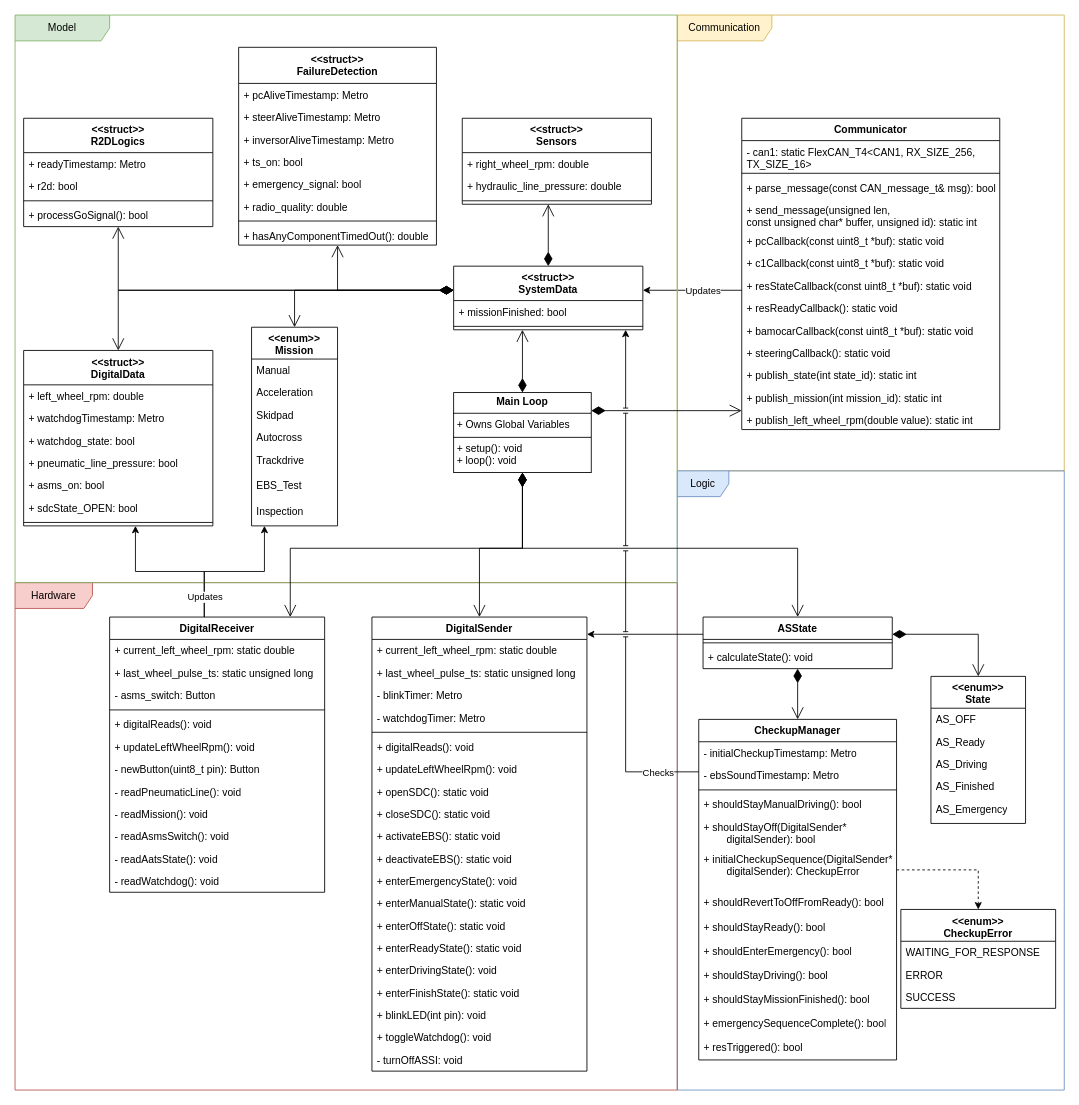
The draw.io diagram docs/diagrams/Master/master-class-diagram.drawio in fs-feup/el-sw, before the edit. Source tidied: cells renumbered, new cells numbered last; positions are measured from the earlier drawing's top-left corner, leaving out a move shared by most shapes. Both pictures are drawn from the tidied source at 86%, with x=0, y=0 at pixel (15, 15).
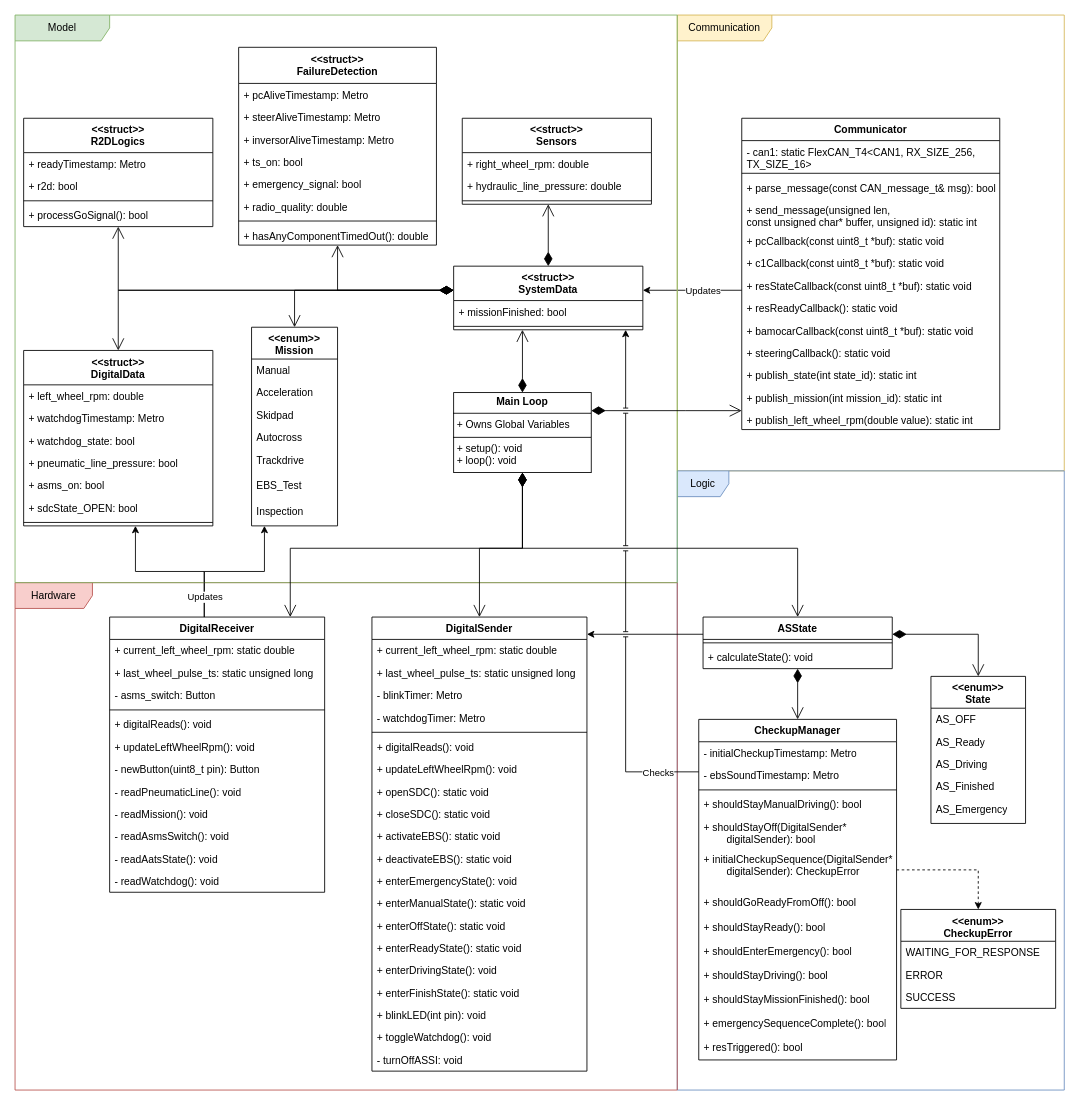
The same page after the edit.

Commit message:
docs(fix): class diagram r2d checkup function

Unchanged cells that the change refers to:
```xml
<mxCell id="2" value="CheckupManager" style="swimlane;fontStyle=1;align=center;verticalAlign=top;horizontal=1;startSize=26;whiteSpace=wrap;html=1;" parent="1" vertex="1">
  <mxGeometry x="795" y="819" width="230" height="396" as="geometry" />
</mxCell>
```

What changed in the source:
```diff
@@
-    <mxCell id="9" value="+ shouldRevertToOffFromReady(): bool" style="text;strokeColor=none;fillColor=none;align=left;verticalAlign=top;spacingLeft=4;spacingRight=4;overflow=hidden;whiteSpace=wrap;html=1;" parent="2" vertex="1">
+    <mxCell id="9" value="+ shouldGoReadyFromOff(): bool" style="text;strokeColor=none;fillColor=none;align=left;verticalAlign=top;spacingLeft=4;spacingRight=4;overflow=hidden;whiteSpace=wrap;html=1;" parent="2" vertex="1">
       <mxGeometry y="200" width="230" height="28" as="geometry" />
     </mxCell>
```
